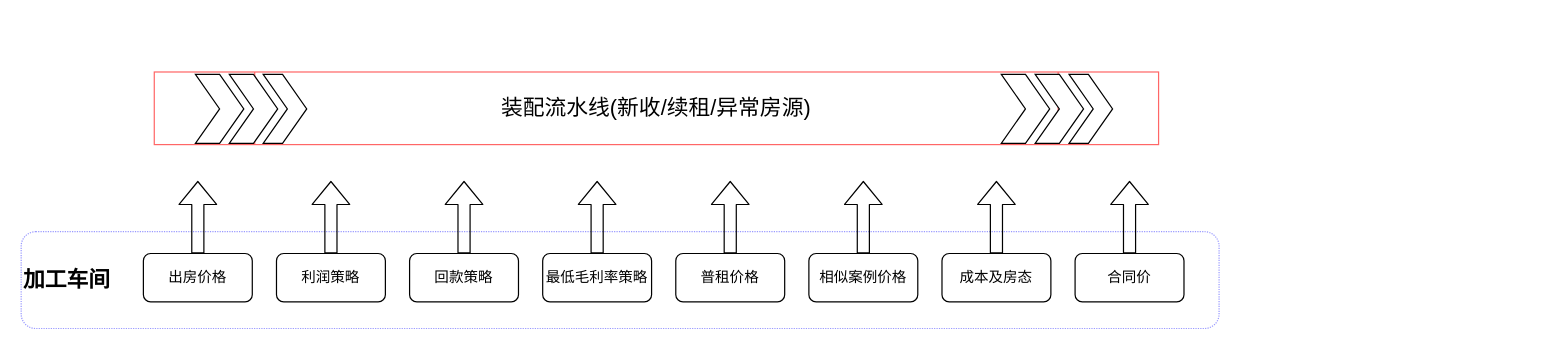
The draw.io diagram Untitled Diagram.drawio in zhuyeqing/tutorials, before the edit. Source tidied: cells renumbered, new cells numbered last; positions are measured from the earlier drawing's top-left corner, leaving out a move shared by most shapes. Both pictures are drawn from the tidied source at 121%, with x=0, y=0 at pixel (21, 34).
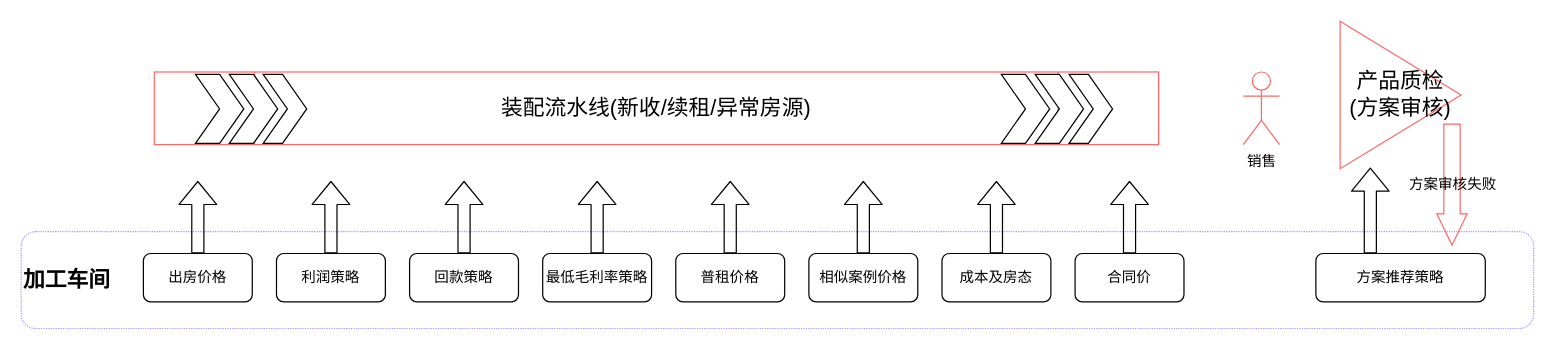
The same page after the edit.

Change to the diagram source:
```diff
@@
     <mxCell id="2" value="&lt;h2&gt;&lt;span&gt;加工车间&lt;/span&gt;&lt;/h2&gt;" style="rounded=1;whiteSpace=wrap;html=1;dashed=1;dashPattern=1 1;strokeWidth=1;strokeColor=#9999FF;fillColor=none;align=left;" parent="1" vertex="1">
-      <mxGeometry y="163" width="990" height="80" as="geometry" />
+      <mxGeometry y="163" width="1250" height="80" as="geometry" />
     </mxCell>
@@
+    <mxCell id="28" value="&lt;font style=&quot;font-size: 18px&quot;&gt;产品质检&lt;br&gt;(方案审核)&lt;/font&gt;" style="triangle;whiteSpace=wrap;html=1;strokeColor=#FF6666;strokeWidth=1;fillColor=none;" parent="1" vertex="1">
+      <mxGeometry x="1090" y="-11" width="100" height="122" as="geometry" />
+    </mxCell>
+    <mxCell id="29" value="销售" style="shape=umlActor;verticalLabelPosition=bottom;labelBackgroundColor=#ffffff;verticalAlign=top;html=1;strokeColor=#FF6666;strokeWidth=1;fillColor=none;" parent="1" vertex="1">
+      <mxGeometry x="1010" y="31" width="30" height="60" as="geometry" />
+    </mxCell>
+    <mxCell id="30" value="方案推荐策略" style="rounded=1;whiteSpace=wrap;html=1;" parent="1" vertex="1">
+      <mxGeometry x="1070" y="181" width="140" height="40" as="geometry" />
+    </mxCell>
+    <mxCell id="31" style="shape=flexArrow;endArrow=classic;html=1;" parent="1" edge="1">
+      <mxGeometry relative="1" as="geometry">
+        <mxPoint x="1115" y="181" as="sourcePoint" />
+        <mxPoint x="1115" y="110" as="targetPoint" />
+      </mxGeometry>
+    </mxCell>
+    <mxCell id="32" value="方案审核失败" style="html=1;shadow=0;dashed=0;align=center;verticalAlign=middle;shape=mxgraph.arrows2.arrow;dy=0.46;dx=25.67;direction=south;notch=0;strokeColor=#FF6666;strokeWidth=1;fillColor=none;" parent="1" vertex="1">
+      <mxGeometry x="1170" y="74" width="25" height="100" as="geometry" />
+    </mxCell>
```
